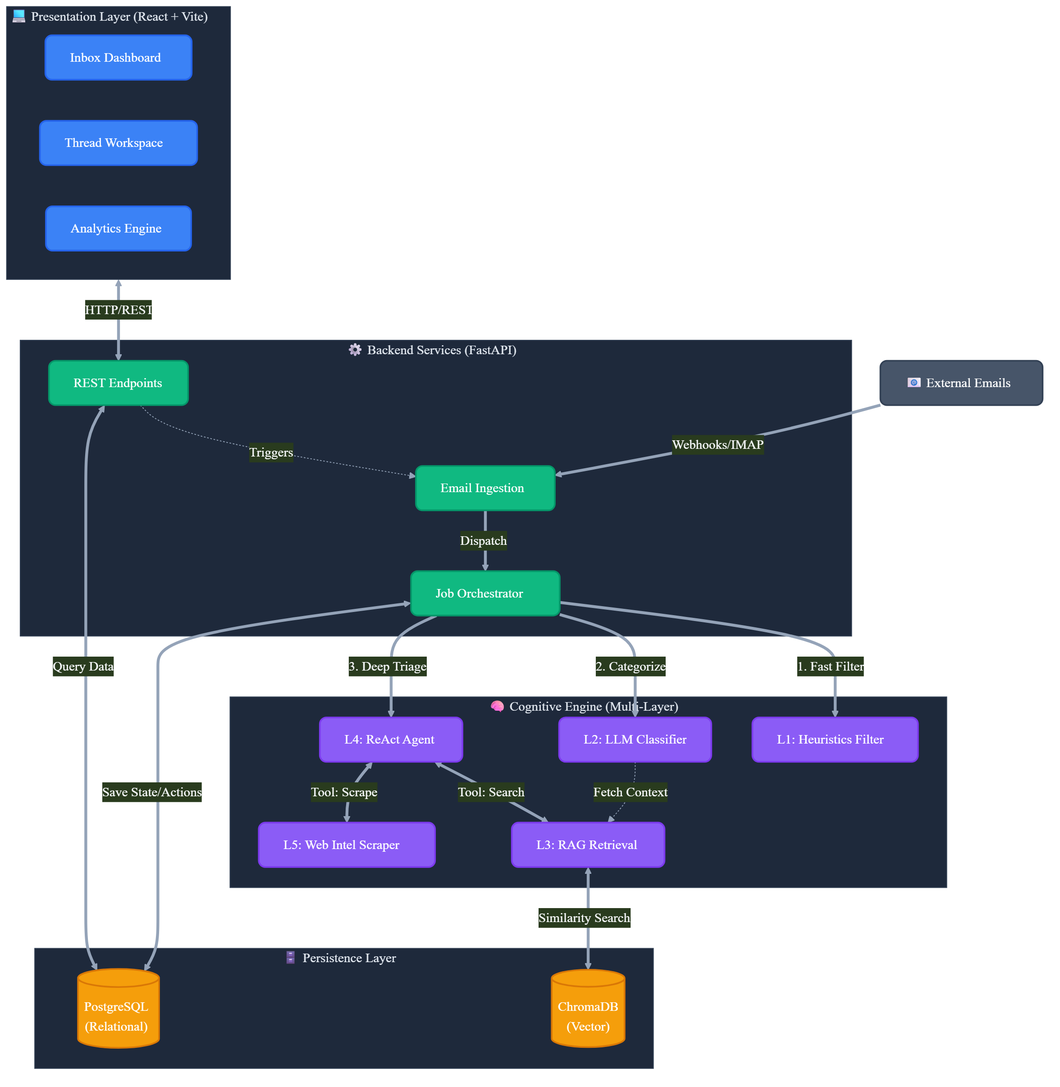
Sam27112004/Agentic-CRM keeps this Mermaid diagram as architecture.png. Above is the earlier version. Its source is kept beside it as architecture.mmd.
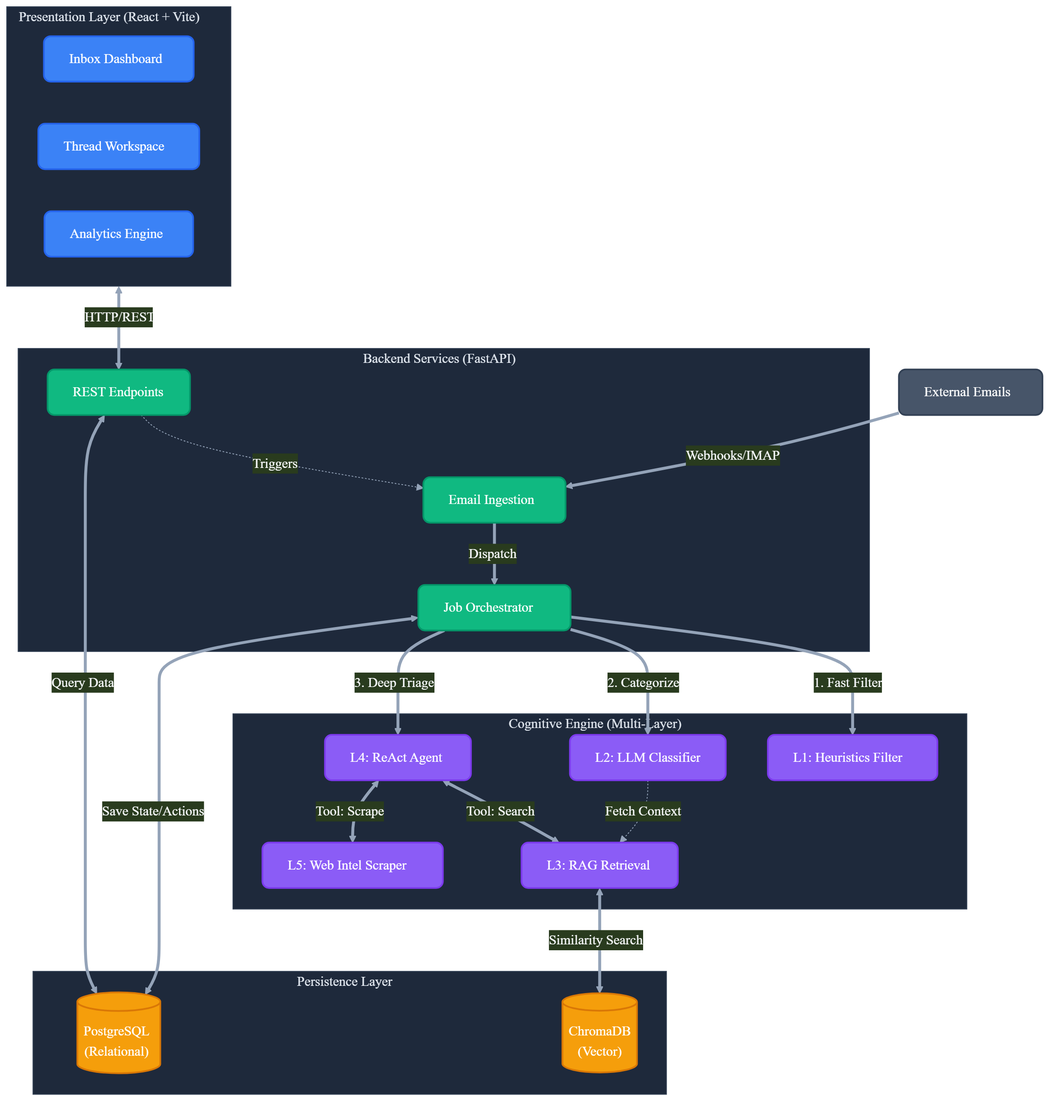
The same diagram one commit later.

Commit message:
docs: remove emojis from architecture diagram

Change to the diagram source:
```diff
@@ -19,21 +19,21 @@
     classDef db fill:#f59e0b,stroke:#d97706,stroke-width:2px,color:#fff,rx:8,ry:8
     classDef ext fill:#475569,stroke:#334155,stroke-width:2px,color:#fff,rx:8,ry:8
 
-    subgraph Client["💻 Presentation Layer (React + Vite)"]
+    subgraph Client["Presentation Layer (React + Vite)"]
         direction LR
         Inbox["Inbox Dashboard"]:::ui
         Workspace["Thread Workspace"]:::ui
         Analytics["Analytics Engine"]:::ui
     end
 
-    subgraph API["⚙️ Backend Services (FastAPI)"]
+    subgraph API["Backend Services (FastAPI)"]
         direction LR
         Endpoints["REST Endpoints"]:::api
         Ingest["Email Ingestion"]:::api
         JobProc["Job Orchestrator"]:::api
     end
 
-    subgraph Intelligence["🧠 Cognitive Engine (Multi-Layer)"]
+    subgraph Intelligence["Cognitive Engine (Multi-Layer)"]
         direction LR
         Heuristics["L1: Heuristics Filter"]:::ai
         LLMClass["L2: LLM Classifier"]:::ai
@@ -42,13 +42,13 @@
         WebScraper["L5: Web Intel Scraper"]:::ai
     end
 
-    subgraph Storage["🗄️ Persistence Layer"]
+    subgraph Storage["Persistence Layer"]
         direction LR
         Postgres[("PostgreSQL\n(Relational)")]:::db
         Chroma[("ChromaDB\n(Vector)")]:::db
     end
 
-    External["📧 External Emails"]:::ext
+    External["External Emails"]:::ext
 
     Client <==>|"HTTP/REST"| Endpoints
     External ==>|"Webhooks/IMAP"| Ingest
```
